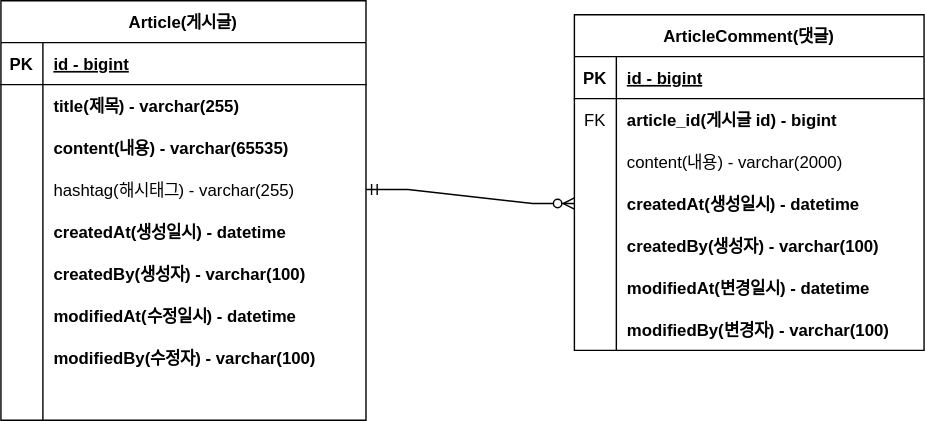
wwwkang8/marathon-project-board keeps this draw.io diagram as document/project-board-erd.svg. Above is the earlier version. Source tidied: cells renumbered, new cells last; positions are measured from the earlier drawing's top-left corner, leaving out a move shared by most shapes.
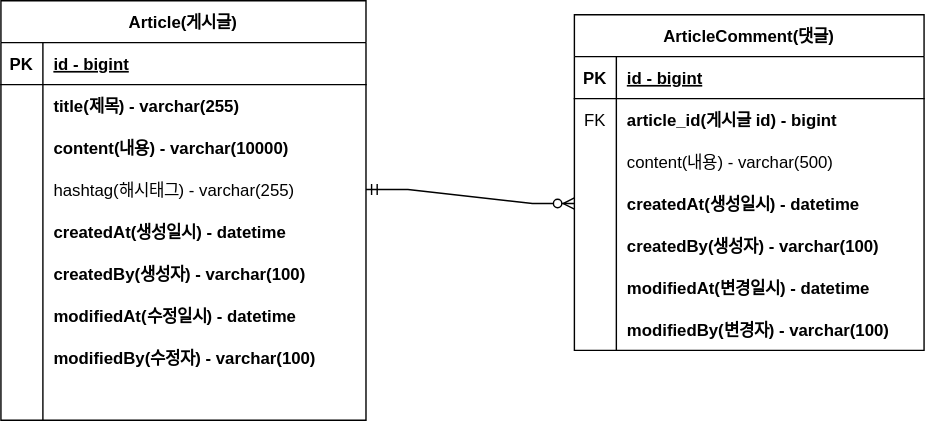
The same diagram one commit later.

Commit message:
erd 업데이트(내용 길이 축소)

Diff of the diagram source:
```diff
@@ -29,7 +29,7 @@
     <mxCell id="10" style="shape=partialRectangle;overflow=hidden;fillColor=none;top=0;left=0;bottom=0;right=0;" parent="9" vertex="1">
       <mxGeometry width="30" height="30" as="geometry" />
     </mxCell>
-    <mxCell id="11" value="content(내용) - varchar(2000)" style="shape=partialRectangle;overflow=hidden;fillColor=none;top=0;left=0;bottom=0;right=0;align=left;spacingLeft=6;" parent="9" vertex="1">
+    <mxCell id="11" value="content(내용) - varchar(500)" style="shape=partialRectangle;overflow=hidden;fillColor=none;top=0;left=0;bottom=0;right=0;align=left;spacingLeft=6;" parent="9" vertex="1">
       <mxGeometry x="30" width="220" height="30" as="geometry" />
     </mxCell>
     <mxCell id="12" style="shape=partialRectangle;fillColor=none;points=[[0,0.5],[1,0.5]];portConstraint=eastwest;top=0;left=0;right=0;bottom=0;" parent="2" vertex="1">
@@ -95,7 +95,7 @@
     <mxCell id="32" style="shape=partialRectangle;overflow=hidden;fillColor=none;top=0;left=0;bottom=0;right=0;" parent="31" vertex="1">
       <mxGeometry width="30" height="30" as="geometry" />
     </mxCell>
-    <mxCell id="33" value="content(내용) - varchar(65535)" style="shape=partialRectangle;overflow=hidden;fillColor=none;top=0;left=0;bottom=0;right=0;align=left;spacingLeft=6;fontStyle=1;" parent="31" vertex="1">
+    <mxCell id="33" value="content(내용) - varchar(10000)" style="shape=partialRectangle;overflow=hidden;fillColor=none;top=0;left=0;bottom=0;right=0;align=left;spacingLeft=6;fontStyle=1;" parent="31" vertex="1">
       <mxGeometry x="30" width="231" height="30" as="geometry" />
     </mxCell>
     <mxCell id="34" style="shape=partialRectangle;fillColor=none;points=[[0,0.5],[1,0.5]];portConstraint=eastwest;top=0;left=0;right=0;bottom=0;" parent="24" vertex="1">
```
